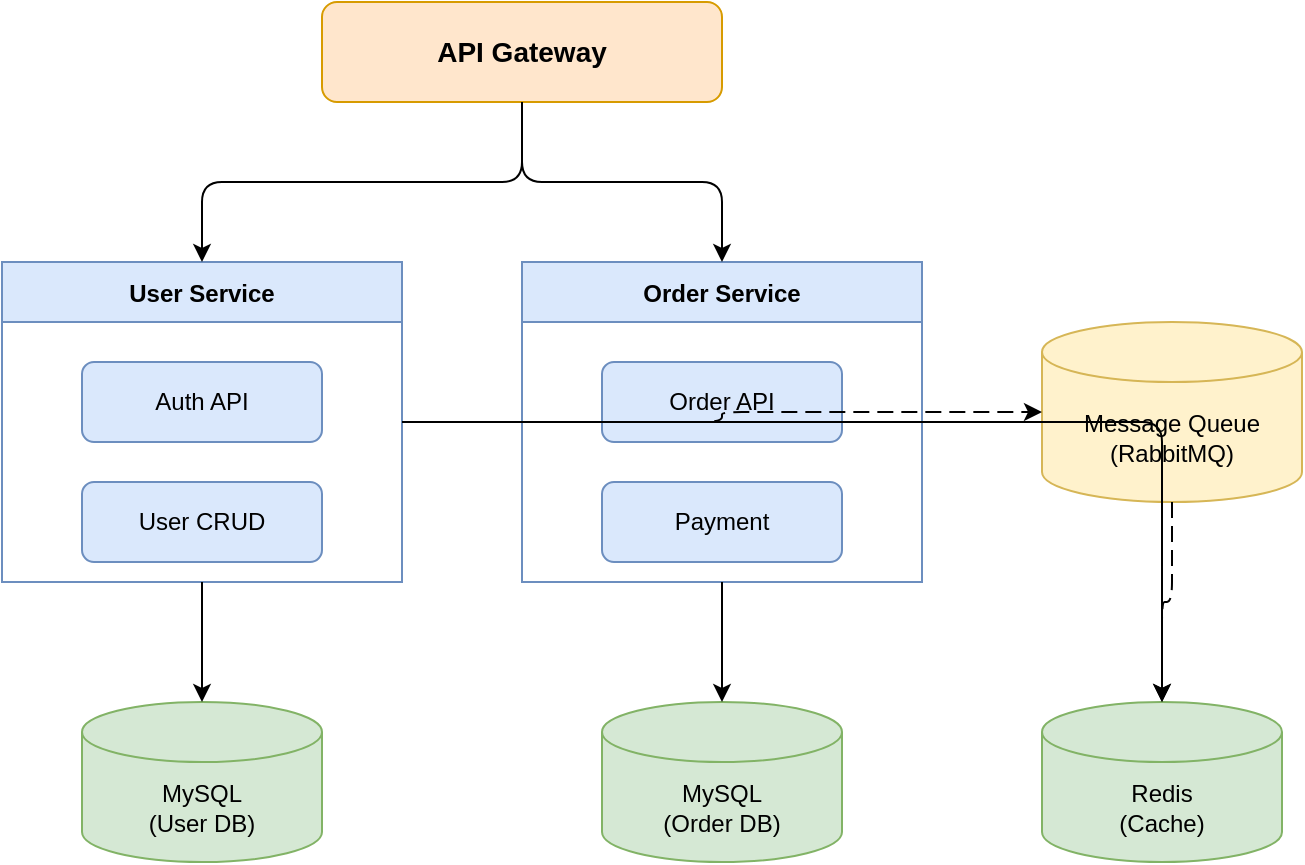
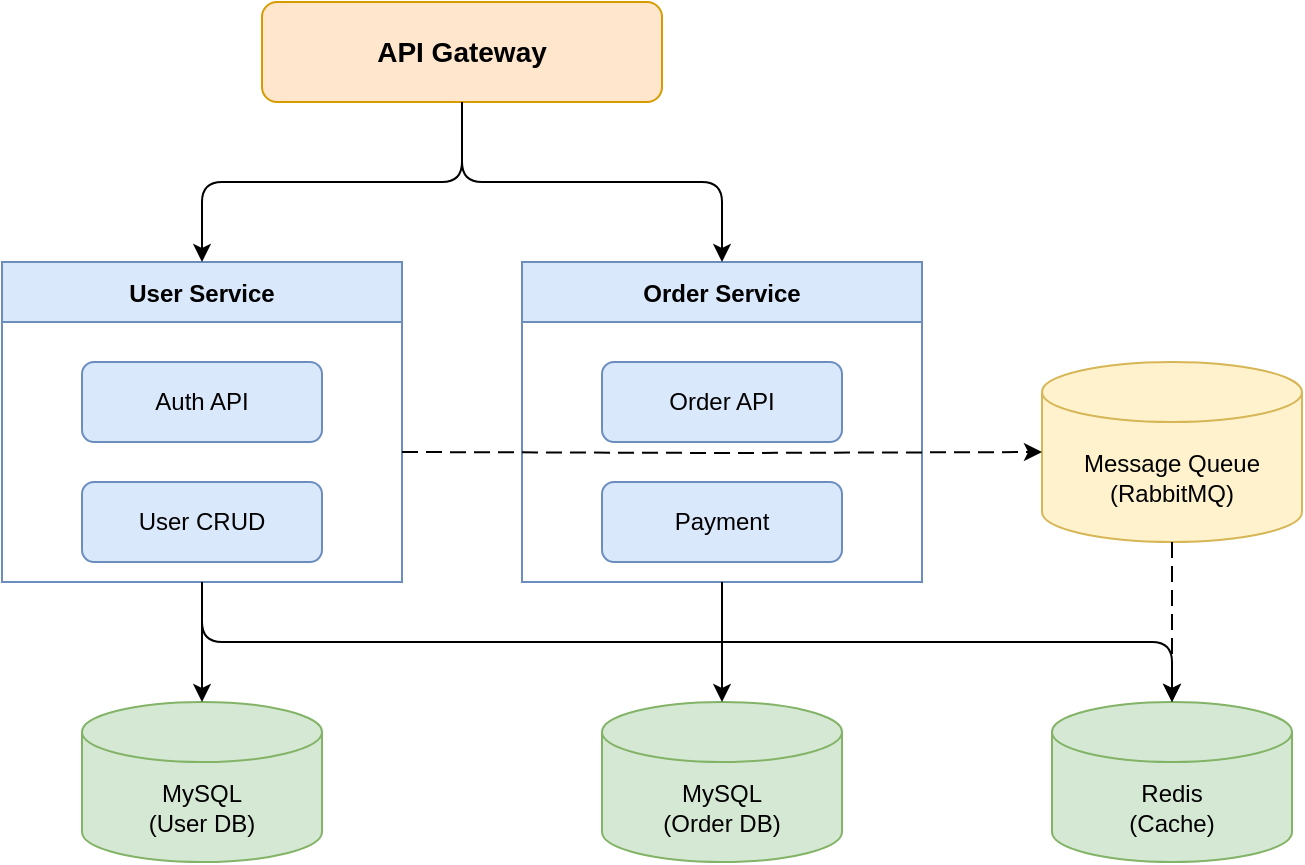
- <?xml version="1.0" encoding="UTF-8"?>
- <mxfile host="drawio" version="26.0.0" type="device">
+ <mxfile host="Electron">
  <diagram name="Architecture" id="arch-1">
-     <mxGraphModel dx="1434" dy="810" grid="1" gridSize="10" guides="1" tooltips="1" connect="1" arrows="1" fold="1" page="1" pageScale="1" pageWidth="1600" pageHeight="1200" math="0" shadow="0">
+     <mxGraphModel dx="1201" dy="722" grid="1" gridSize="10" guides="1" tooltips="1" connect="1" arrows="1" fold="1" page="1" pageScale="1" pageWidth="1600" pageHeight="1200" math="0" shadow="0">
      <root>
        <mxCell id="0" />
        <mxCell id="1" parent="0" />
- 
-         <!-- API Gateway (accent/gateway) -->
-         <mxCell id="2" value="API Gateway" style="rounded=1;whiteSpace=wrap;html=1;fillColor=#ffe6cc;strokeColor=#d79b00;fontSize=14;fontStyle=1;" vertex="1" parent="1">
-           <mxGeometry x="200" y="40" width="200" height="50" as="geometry" />
+         <mxCell id="2" parent="1" style="rounded=1;whiteSpace=wrap;html=1;fillColor=#ffe6cc;strokeColor=#d79b00;fontSize=14;fontStyle=1;" value="API Gateway" vertex="1">
+           <mxGeometry height="50" width="200" x="170" y="40" as="geometry" />
        </mxCell>
- 
-         <!-- User Service (primary/service) -->
-         <mxCell id="3" value="User Service" style="swimlane;startSize=30;fillColor=#dae8fc;strokeColor=#6c8ebf;fontSize=12;" vertex="1" parent="1">
-           <mxGeometry x="40" y="170" width="200" height="160" as="geometry" />
+         <mxCell id="3" parent="1" style="swimlane;startSize=30;fillColor=#dae8fc;strokeColor=#6c8ebf;fontSize=12;" value="User Service" vertex="1">
+           <mxGeometry height="160" width="200" x="40" y="170" as="geometry" />
        </mxCell>
-         <mxCell id="4" value="Auth API" style="rounded=1;whiteSpace=wrap;html=1;fillColor=#dae8fc;strokeColor=#6c8ebf;" vertex="1" parent="3">
-           <mxGeometry x="40" y="50" width="120" height="40" as="geometry" />
+         <mxCell id="4" parent="3" style="rounded=1;whiteSpace=wrap;html=1;fillColor=#dae8fc;strokeColor=#6c8ebf;" value="Auth API" vertex="1">
+           <mxGeometry height="40" width="120" x="40" y="50" as="geometry" />
        </mxCell>
-         <mxCell id="5" value="User CRUD" style="rounded=1;whiteSpace=wrap;html=1;fillColor=#dae8fc;strokeColor=#6c8ebf;" vertex="1" parent="3">
-           <mxGeometry x="40" y="110" width="120" height="40" as="geometry" />
+         <mxCell id="5" parent="3" style="rounded=1;whiteSpace=wrap;html=1;fillColor=#dae8fc;strokeColor=#6c8ebf;" value="User CRUD" vertex="1">
+           <mxGeometry height="40" width="120" x="40" y="110" as="geometry" />
        </mxCell>
- 
-         <!-- Order Service (primary/service) -->
-         <mxCell id="6" value="Order Service" style="swimlane;startSize=30;fillColor=#dae8fc;strokeColor=#6c8ebf;fontSize=12;" vertex="1" parent="1">
-           <mxGeometry x="300" y="170" width="200" height="160" as="geometry" />
+         <mxCell id="6" parent="1" style="swimlane;startSize=30;fillColor=#dae8fc;strokeColor=#6c8ebf;fontSize=12;" value="Order Service" vertex="1">
+           <mxGeometry height="160" width="200" x="300" y="170" as="geometry" />
        </mxCell>
-         <mxCell id="7" value="Order API" style="rounded=1;whiteSpace=wrap;html=1;fillColor=#dae8fc;strokeColor=#6c8ebf;" vertex="1" parent="6">
-           <mxGeometry x="40" y="50" width="120" height="40" as="geometry" />
+         <mxCell id="7" parent="6" style="rounded=1;whiteSpace=wrap;html=1;fillColor=#dae8fc;strokeColor=#6c8ebf;" value="Order API" vertex="1">
+           <mxGeometry height="40" width="120" x="40" y="50" as="geometry" />
        </mxCell>
-         <mxCell id="8" value="Payment" style="rounded=1;whiteSpace=wrap;html=1;fillColor=#dae8fc;strokeColor=#6c8ebf;" vertex="1" parent="6">
-           <mxGeometry x="40" y="110" width="120" height="40" as="geometry" />
+         <mxCell id="8" parent="6" style="rounded=1;whiteSpace=wrap;html=1;fillColor=#dae8fc;strokeColor=#6c8ebf;" value="Payment" vertex="1">
+           <mxGeometry height="40" width="120" x="40" y="110" as="geometry" />
        </mxCell>
- 
-         <!-- Message Queue (warning/queue) -->
-         <mxCell id="9" value="Message Queue&lt;br&gt;(RabbitMQ)" style="shape=cylinder3;whiteSpace=wrap;html=1;boundedLbl=1;backgroundOutline=1;size=15;fillColor=#fff2cc;strokeColor=#d6b656;" vertex="1" parent="1">
-           <mxGeometry x="560" y="200" width="130" height="90" as="geometry" />
+         <mxCell id="9" parent="1" style="shape=cylinder3;whiteSpace=wrap;html=1;boundedLbl=1;backgroundOutline=1;size=15;fillColor=#fff2cc;strokeColor=#d6b656;" value="Message Queue&lt;br&gt;(RabbitMQ)" vertex="1">
+           <mxGeometry height="90" width="130" x="560" y="220" as="geometry" />
        </mxCell>
- 
-         <!-- MySQL Database (success/database) -->
-         <mxCell id="10" value="MySQL&lt;br&gt;(User DB)" style="shape=cylinder3;whiteSpace=wrap;html=1;boundedLbl=1;backgroundOutline=1;size=15;fillColor=#d5e8d4;strokeColor=#82b366;" vertex="1" parent="1">
-           <mxGeometry x="80" y="390" width="120" height="80" as="geometry" />
+         <mxCell id="10" parent="1" style="shape=cylinder3;whiteSpace=wrap;html=1;boundedLbl=1;backgroundOutline=1;size=15;fillColor=#d5e8d4;strokeColor=#82b366;" value="MySQL&lt;br&gt;(User DB)" vertex="1">
+           <mxGeometry height="80" width="120" x="80" y="390" as="geometry" />
        </mxCell>
- 
-         <!-- MySQL Database (success/database) -->
-         <mxCell id="11" value="MySQL&lt;br&gt;(Order DB)" style="shape=cylinder3;whiteSpace=wrap;html=1;boundedLbl=1;backgroundOutline=1;size=15;fillColor=#d5e8d4;strokeColor=#82b366;" vertex="1" parent="1">
-           <mxGeometry x="340" y="390" width="120" height="80" as="geometry" />
+         <mxCell id="11" parent="1" style="shape=cylinder3;whiteSpace=wrap;html=1;boundedLbl=1;backgroundOutline=1;size=15;fillColor=#d5e8d4;strokeColor=#82b366;" value="MySQL&lt;br&gt;(Order DB)" vertex="1">
+           <mxGeometry height="80" width="120" x="340" y="390" as="geometry" />
        </mxCell>
- 
-         <!-- Redis Cache (success/database) -->
-         <mxCell id="12" value="Redis&lt;br&gt;(Cache)" style="shape=cylinder3;whiteSpace=wrap;html=1;boundedLbl=1;backgroundOutline=1;size=15;fillColor=#d5e8d4;strokeColor=#82b366;" vertex="1" parent="1">
-           <mxGeometry x="560" y="390" width="120" height="80" as="geometry" />
+         <mxCell id="12" parent="1" style="shape=cylinder3;whiteSpace=wrap;html=1;boundedLbl=1;backgroundOutline=1;size=15;fillColor=#d5e8d4;strokeColor=#82b366;" value="Redis&lt;br&gt;(Cache)" vertex="1">
+           <mxGeometry height="80" width="120" x="565" y="390" as="geometry" />
        </mxCell>
- 
-         <!-- Edges -->
-         <mxCell id="13" style="edgeStyle=orthogonalEdgeStyle;rounded=1;orthogonalLoop=1;jettySize=auto;html=1;endArrow=classic;endFill=1;" edge="1" parent="1" source="2" target="3">
+         <mxCell id="13" edge="1" parent="1" source="2" style="edgeStyle=orthogonalEdgeStyle;rounded=1;orthogonalLoop=1;jettySize=auto;html=1;endArrow=classic;endFill=1;" target="3">
          <mxGeometry relative="1" as="geometry" />
        </mxCell>
-         <mxCell id="14" style="edgeStyle=orthogonalEdgeStyle;rounded=1;orthogonalLoop=1;jettySize=auto;html=1;endArrow=classic;endFill=1;" edge="1" parent="1" source="2" target="6">
+         <mxCell id="14" edge="1" parent="1" source="2" style="edgeStyle=orthogonalEdgeStyle;rounded=1;orthogonalLoop=1;jettySize=auto;html=1;endArrow=classic;endFill=1;" target="6">
          <mxGeometry relative="1" as="geometry" />
        </mxCell>
-         <mxCell id="15" style="edgeStyle=orthogonalEdgeStyle;rounded=1;orthogonalLoop=1;jettySize=auto;html=1;endArrow=classic;endFill=1;dashed=1;dashPattern=8 4;" edge="1" parent="1" source="3" target="9">
+         <mxCell id="15" edge="1" parent="1" style="edgeStyle=orthogonalEdgeStyle;rounded=1;orthogonalLoop=1;jettySize=auto;html=1;endArrow=classic;endFill=1;dashed=1;dashPattern=8 4;" target="9">
+           <mxGeometry relative="1" as="geometry">
+             <mxPoint x="240" y="265" as="sourcePoint" />
+           </mxGeometry>
+         </mxCell>
+         <mxCell id="16" edge="1" parent="1" source="3" style="edgeStyle=orthogonalEdgeStyle;rounded=1;orthogonalLoop=1;jettySize=auto;html=1;endArrow=classic;endFill=1;" target="10">
          <mxGeometry relative="1" as="geometry" />
        </mxCell>
-         <mxCell id="16" style="edgeStyle=orthogonalEdgeStyle;rounded=1;orthogonalLoop=1;jettySize=auto;html=1;endArrow=classic;endFill=1;" edge="1" parent="1" source="3" target="10">
+         <mxCell id="17" edge="1" parent="1" source="6" style="edgeStyle=orthogonalEdgeStyle;rounded=1;orthogonalLoop=1;jettySize=auto;html=1;endArrow=classic;endFill=1;" target="11">
          <mxGeometry relative="1" as="geometry" />
        </mxCell>
-         <mxCell id="17" style="edgeStyle=orthogonalEdgeStyle;rounded=1;orthogonalLoop=1;jettySize=auto;html=1;endArrow=classic;endFill=1;" edge="1" parent="1" source="6" target="11">
+         <mxCell id="18" edge="1" parent="1" source="9" style="edgeStyle=orthogonalEdgeStyle;rounded=1;orthogonalLoop=1;jettySize=auto;html=1;endArrow=classic;endFill=1;dashed=1;dashPattern=8 4;" target="12">
          <mxGeometry relative="1" as="geometry" />
        </mxCell>
-         <mxCell id="18" style="edgeStyle=orthogonalEdgeStyle;rounded=1;orthogonalLoop=1;jettySize=auto;html=1;endArrow=classic;endFill=1;dashed=1;dashPattern=8 4;" edge="1" parent="1" source="9" target="12">
-           <mxGeometry relative="1" as="geometry" />
-         </mxCell>
-         <mxCell id="19" style="edgeStyle=orthogonalEdgeStyle;rounded=1;orthogonalLoop=1;jettySize=auto;html=1;endArrow=classic;endFill=1;" edge="1" parent="1" source="3" target="12">
+         <mxCell id="19" edge="1" parent="1" source="3" style="edgeStyle=orthogonalEdgeStyle;rounded=1;orthogonalLoop=1;jettySize=auto;html=1;endArrow=classic;endFill=1;exitX=0.5;exitY=1;exitDx=0;exitDy=0;" target="12">
          <mxGeometry relative="1" as="geometry" />
        </mxCell>
      </root>
    </mxGraphModel>
  </diagram>
</mxfile>
